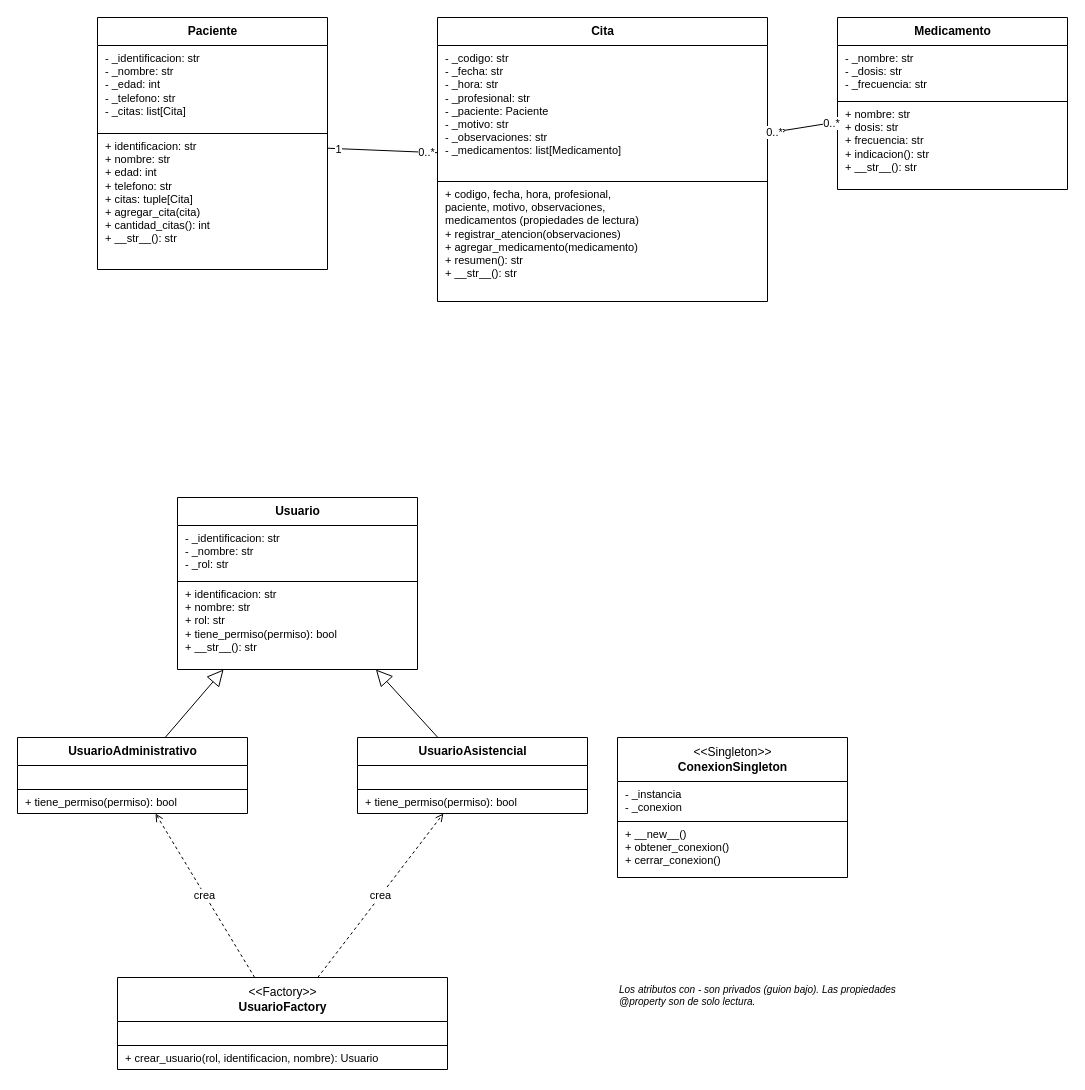
Above: docs/uml/ValleSalud_UML_Final.drawio in JeffSOFTCoreX/ValleSalud-EF-2026-2 (draw.io), before the change. Source tidied: cells renumbered, new cells numbered last; positions are measured from the earlier drawing's top-left corner, leaving out a move shared by most shapes. Both pictures are drawn from the tidied source at 100%, with x=0, y=0 at pixel (17, 17).
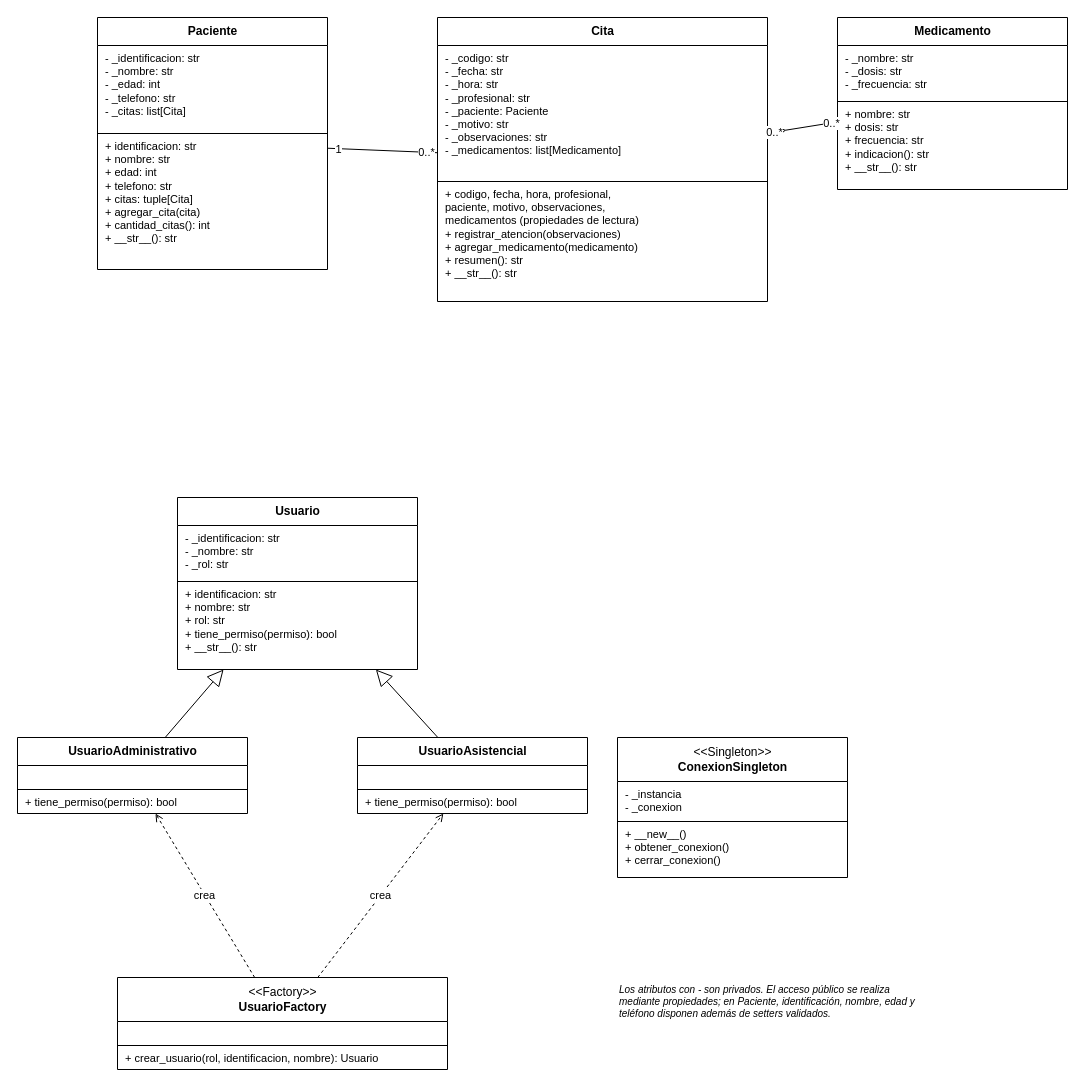
After the change.

Commit message (it also covers changes not shown here):
docs: corregir nota del diagrama UML final

Diff of the diagram source:
```diff
@@
-    <mxCell id="44" value="Los atributos con - son privados (guion bajo). Las propiedades @property son de solo lectura." style="text;html=0;align=left;verticalAlign=top;whiteSpace=wrap;fontSize=10;fontStyle=2;" parent="1" vertex="1">
+    <mxCell id="44" value="Los atributos con - son privados. El acceso público se realiza mediante propiedades; en Paciente, identificación, nombre, edad y teléfono disponen además de setters validados." style="text;html=0;align=left;verticalAlign=top;whiteSpace=wrap;fontSize=10;fontStyle=2;" parent="1" vertex="1">
       <mxGeometry x="600" y="960" width="300" height="40" as="geometry" />
     </mxCell>
```
